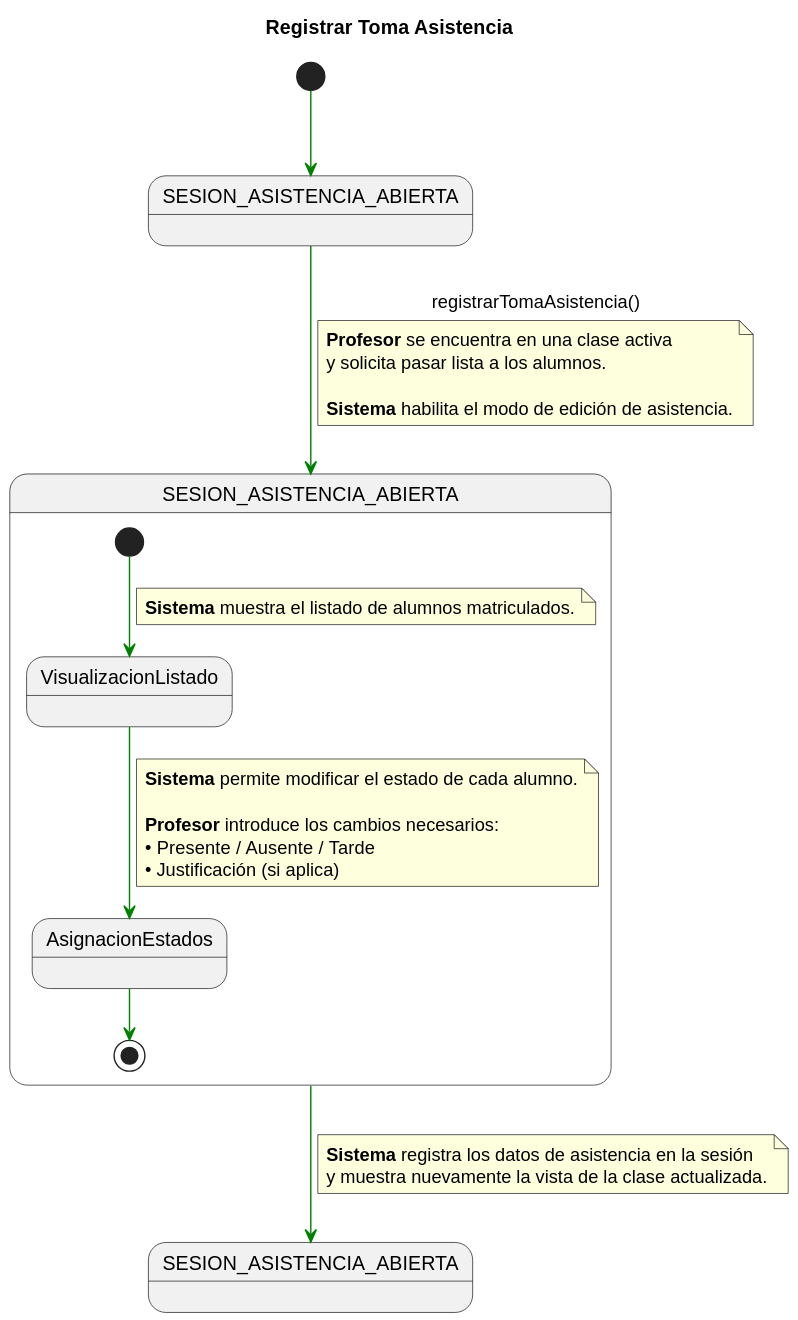
Earlier version of the PlantUML export documents/CasosDeUso/DetalladoCasosDeUso/Profesor/registrarTomaAsistencia.svg (enmabry/25-26-IdSw1-SdR).
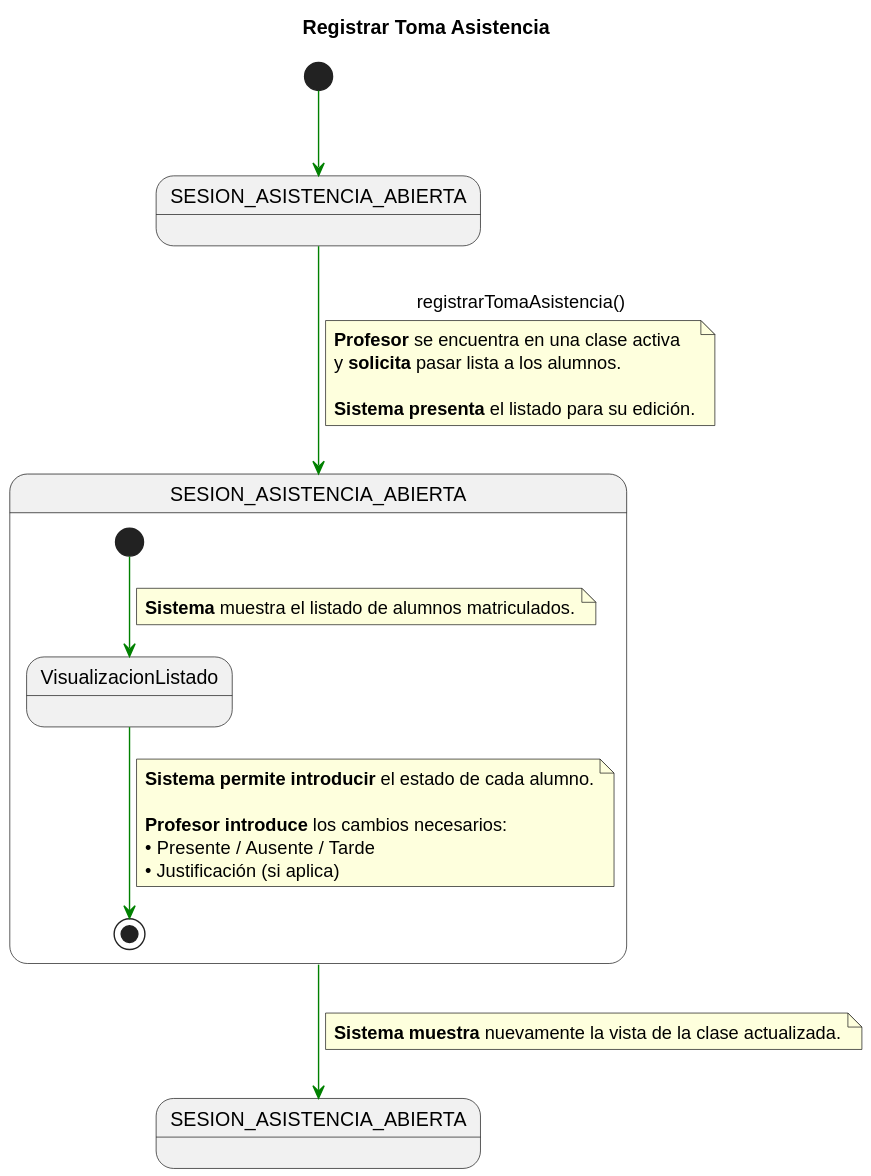
The same diagram one commit later.

The edit, as a diff of the source:
```diff
@@ -11,36 +11,32 @@
 SESION_ACTUAL_INICIAL -[#green]-> PROCESO_TOMA_COMP : registrarTomaAsistencia()
 note on link
 <b>Profesor</b> se encuentra en una clase activa
-y solicita pasar lista a los alumnos.
+y <b>solicita</b> pasar lista a los alumnos.
 
-<b>Sistema</b> habilita el modo de edición de asistencia.
+<b>Sistema presenta</b> el listado para su edición.
 end note
 
 state PROCESO_TOMA_COMP {
 
     state VisualizacionListado
-    state AsignacionEstados
 
     [*] -[#green]-> VisualizacionListado
     note on link
     <b>Sistema</b> muestra el listado de alumnos matriculados.
     end note
 
-    VisualizacionListado -[#green]-> AsignacionEstados
+    VisualizacionListado -[#green]-> [*]
     note on link
-    <b>Sistema</b> permite modificar el estado de cada alumno.
+    <b>Sistema permite introducir</b> el estado de cada alumno.
 
-    <b>Profesor</b> introduce los cambios necesarios:
+    <b>Profesor introduce</b> los cambios necesarios:
     • Presente / Ausente / Tarde
     • Justificación (si aplica)
     end note
-
-    AsignacionEstados -[#green]-> [*]
 }
 
 PROCESO_TOMA_COMP -[#green]-> SESION_ACTUAL_FINAL
 note on link
-<b>Sistema</b> registra los datos de asistencia en la sesión
-y muestra nuevamente la vista de la clase actualizada.
+<b>Sistema muestra</b> nuevamente la vista de la clase actualizada.
 end note
 @enduml
```
